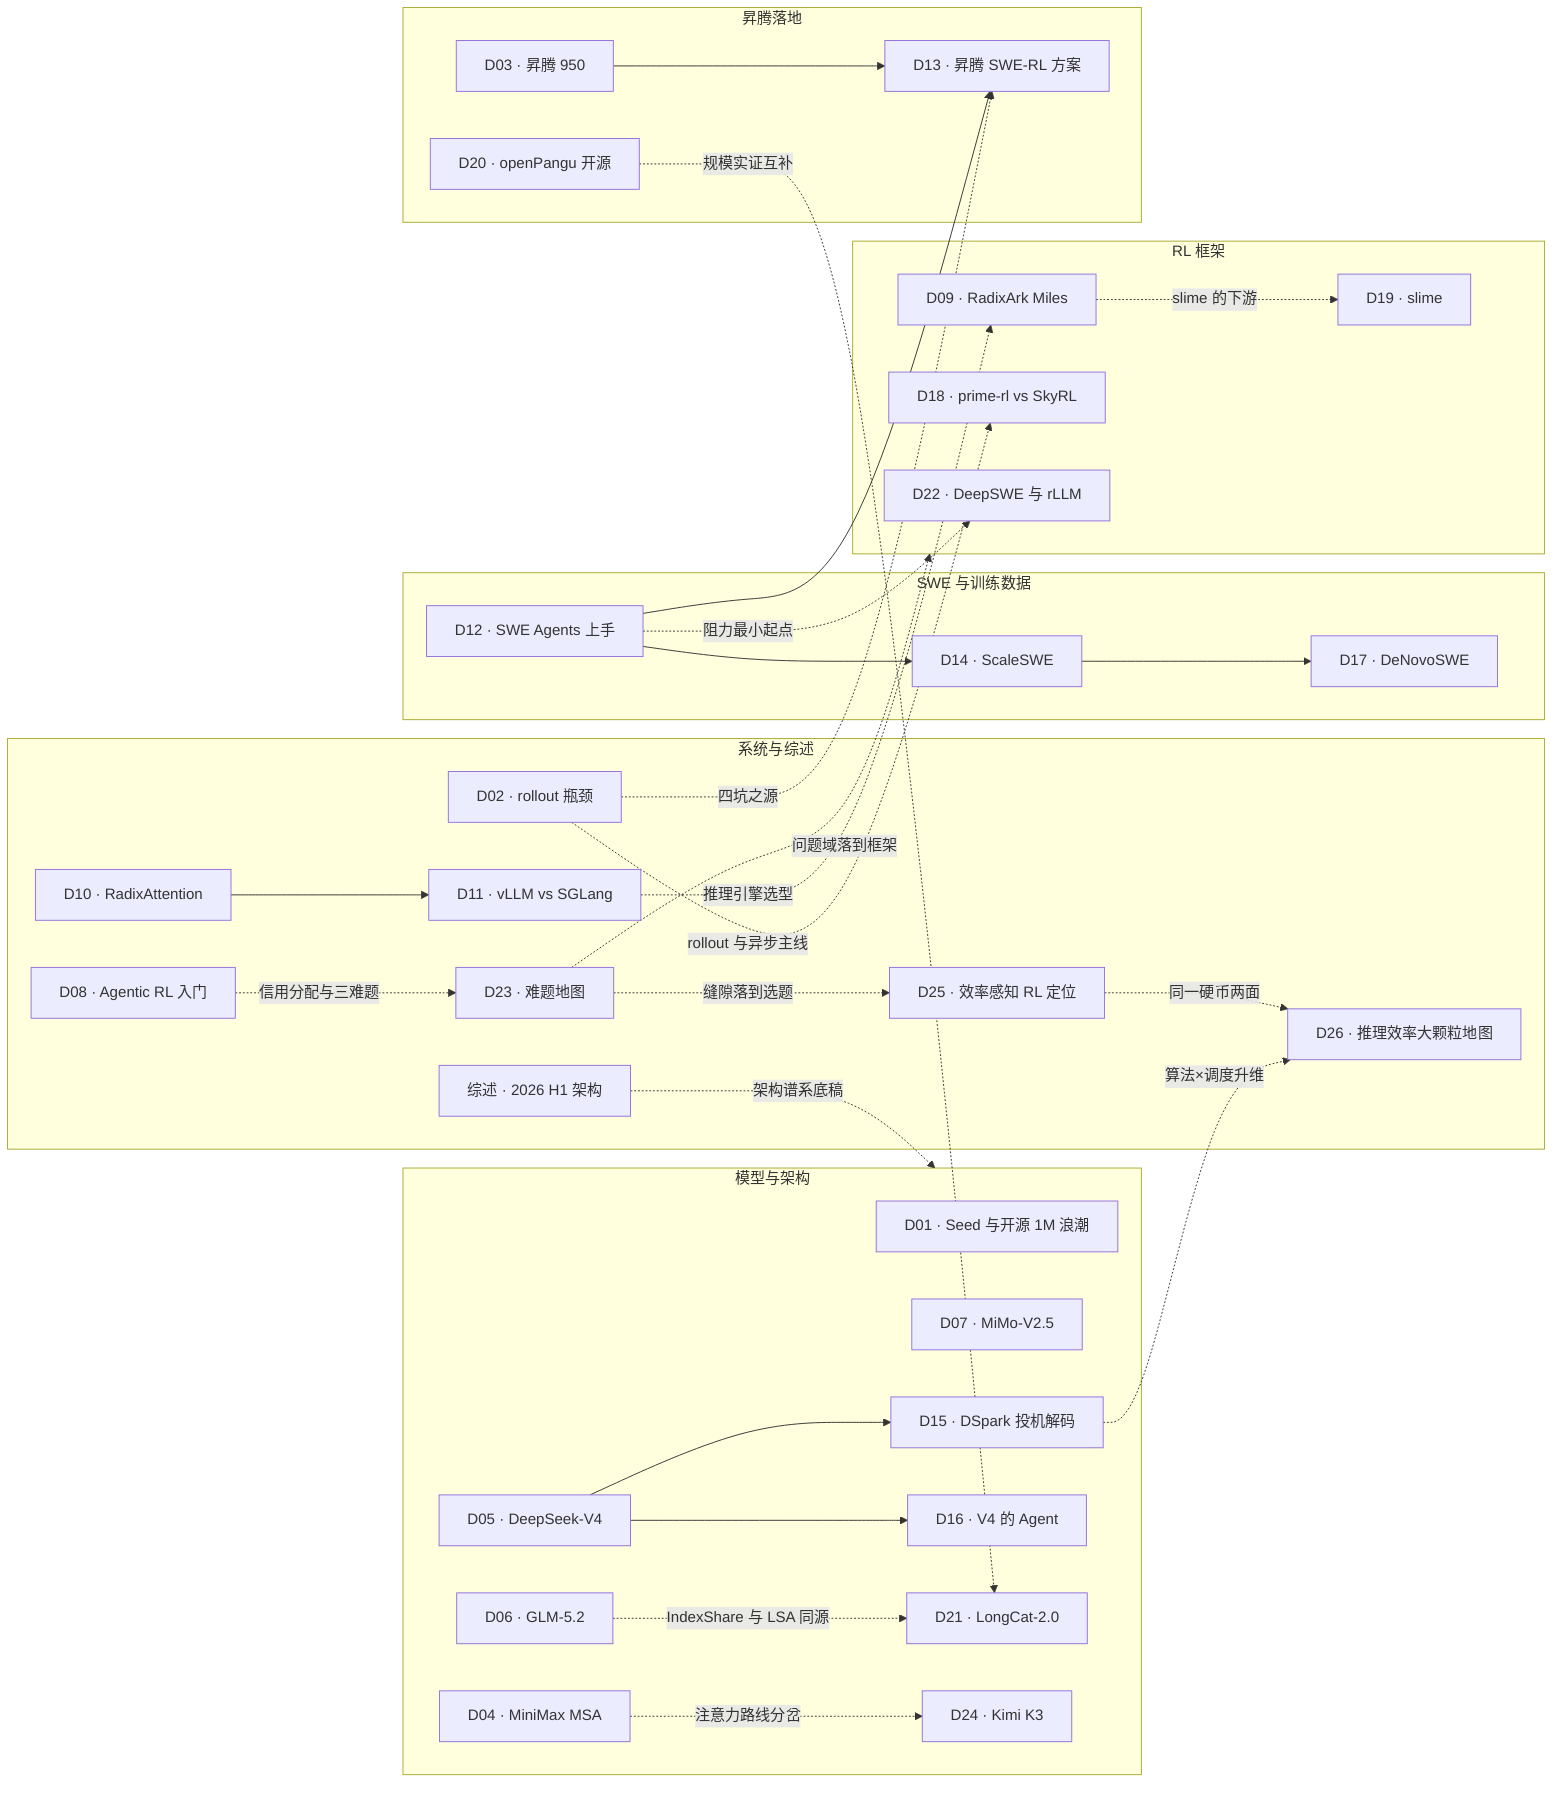
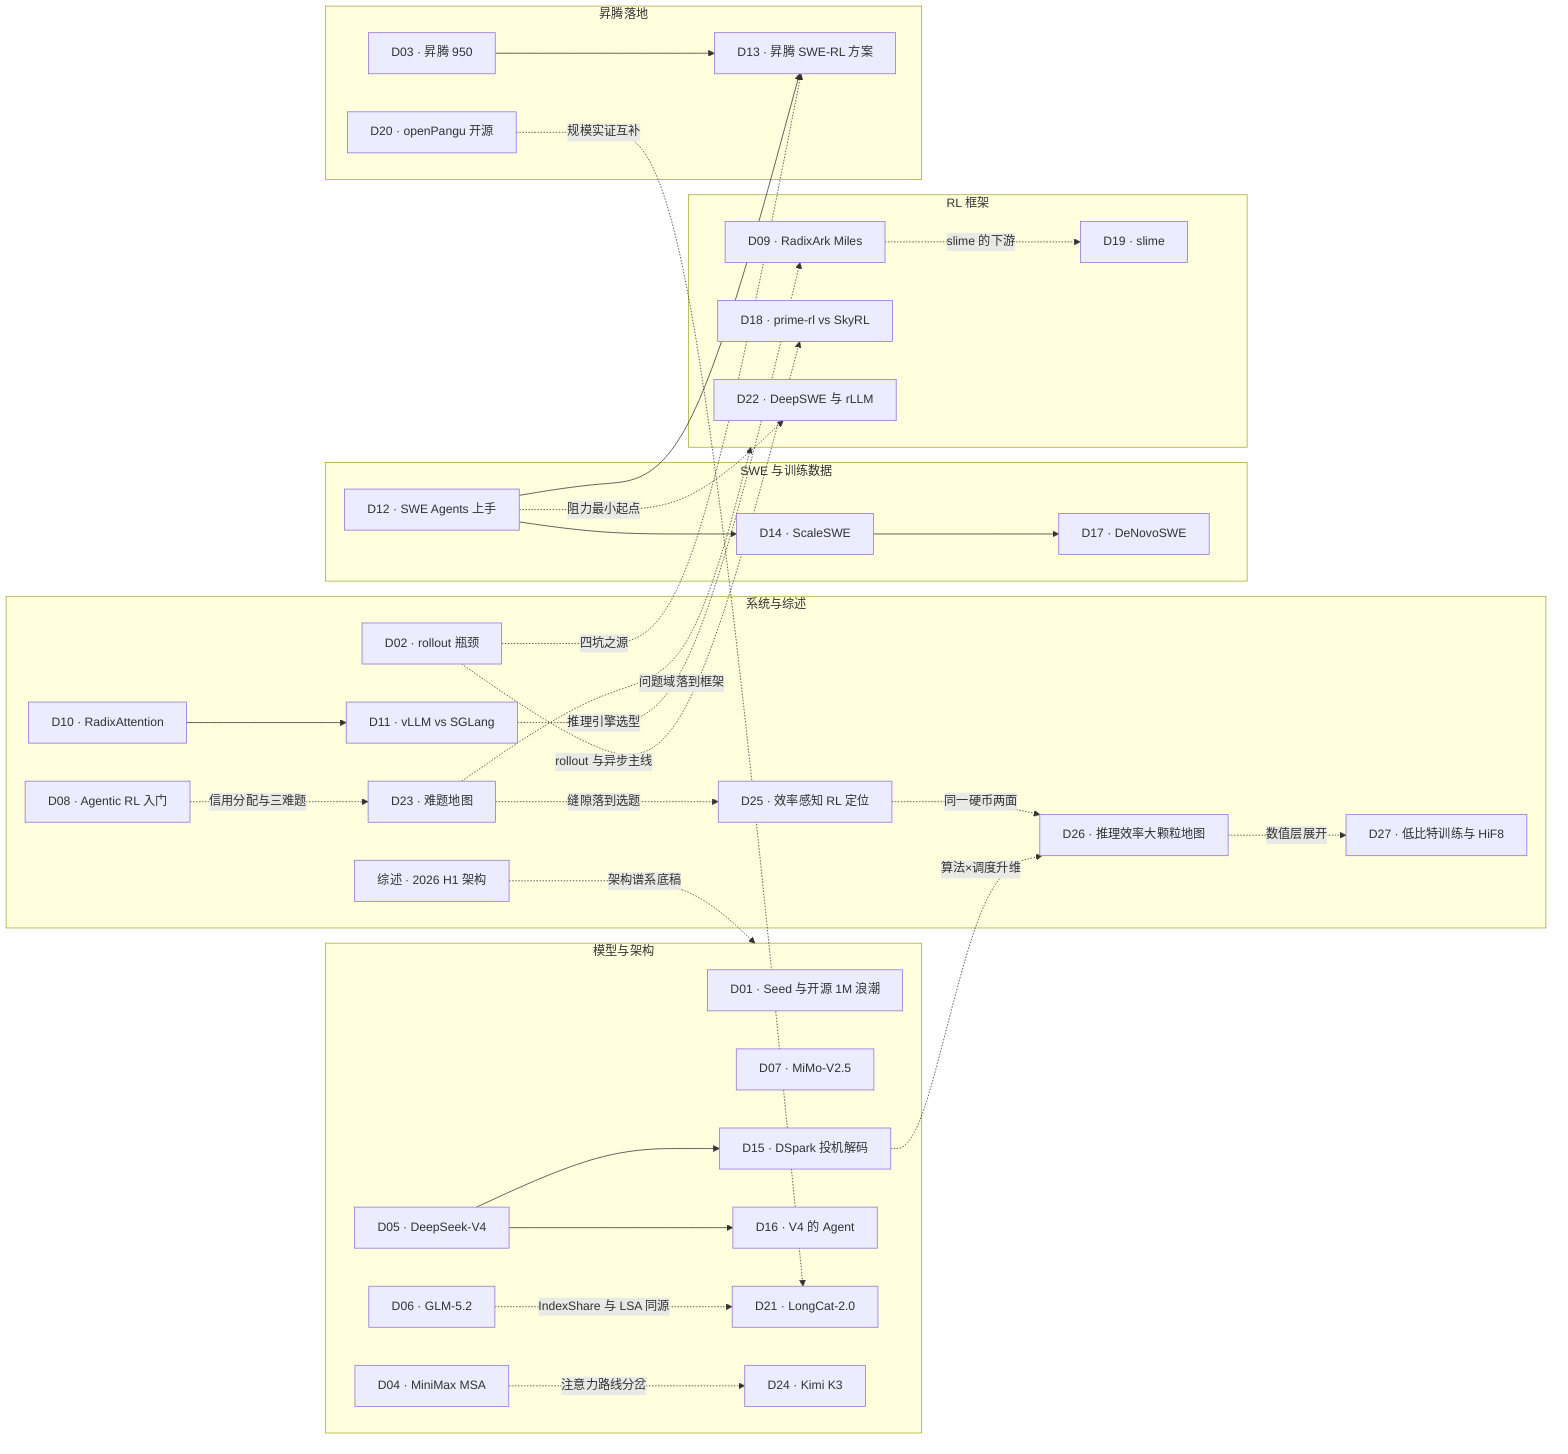
flowchart LR
    subgraph SYS ["系统与综述"]
        SUR["综述 · 2026 H1 架构"]
        N02["D02 · rollout 瓶颈"]
        N08["D08 · Agentic RL 入门"]
        N10["D10 · RadixAttention"]
        N11["D11 · vLLM vs SGLang"]
        N23["D23 · 难题地图"]
        N25["D25 · 效率感知 RL 定位"]
        N26["D26 · 推理效率大颗粒地图"]
+         N27["D27 · 低比特训练与 HiF8"]
    end
    subgraph MODEL ["模型与架构"]
        N01["D01 · Seed 与开源 1M 浪潮"]
        N04["D04 · MiniMax MSA"]
        N05["D05 · DeepSeek-V4"]
        N06["D06 · GLM-5.2"]
        N07["D07 · MiMo-V2.5"]
        N15["D15 · DSpark 投机解码"]
        N16["D16 · V4 的 Agent"]
        N21["D21 · LongCat-2.0"]
        N24["D24 · Kimi K3"]
    end
    subgraph SWE ["SWE 与训练数据"]
        N12["D12 · SWE Agents 上手"]
        N14["D14 · ScaleSWE"]
        N17["D17 · DeNovoSWE"]
    end
    subgraph FW ["RL 框架"]
        N09["D09 · RadixArk Miles"]
        N18["D18 · prime-rl vs SkyRL"]
        N19["D19 · slime"]
        N22["D22 · DeepSWE 与 rLLM"]
    end
    subgraph NPU ["昇腾落地"]
        N03["D03 · 昇腾 950"]
        N13["D13 · 昇腾 SWE-RL 方案"]
        N20["D20 · openPangu 开源"]
    end

    SUR -. "架构谱系底稿" .-> MODEL
    N02 -. "rollout 与异步主线" .-> N18
    N02 -. "四坑之源" .-> N13
    N08 -. "信用分配与三难题" .-> N23
    N23 -. "缝隙落到选题" .-> N25
    N15 -. "算法×调度升维" .-> N26
    N25 -. "同一硬币两面" .-> N26
+     N26 -. "数值层展开" .-> N27
    N10 --> N11
    N11 -. "推理引擎选型" .-> N09
    N05 --> N15
    N05 --> N16
    N06 -. "IndexShare 与 LSA 同源" .-> N21
    N12 --> N13
    N12 --> N14
    N14 --> N17
    N12 -. "阻力最小起点" .-> N22
    N09 -. "slime 的下游" .-> N19
    N04 -. "注意力路线分岔" .-> N24
    N03 --> N13
    N20 -. "规模实证互补" .-> N21
    N23 -. "问题域落到框架" .-> FW
